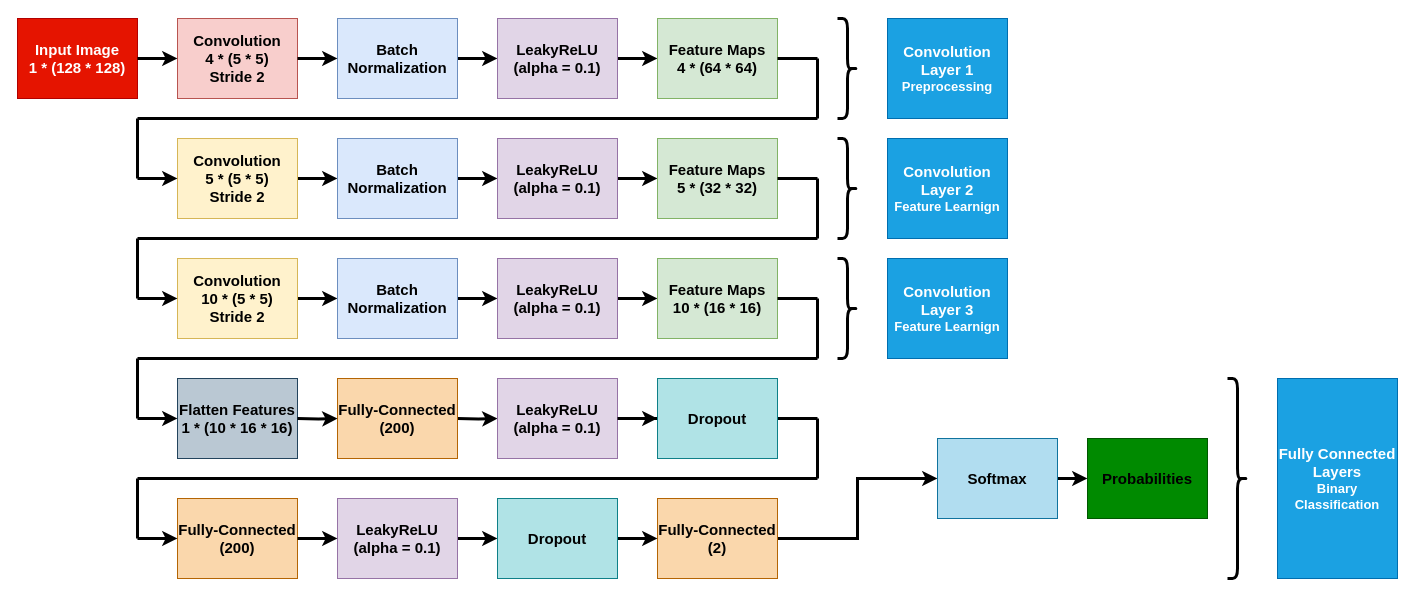
Before: page "V1.1.0" (2 of 5) of analysis/Catalyst Kernels/static/model.drawio in EmadHelmi/steganalysis, a draw.io diagram. Source tidied: cells renumbered, new cells numbered last; positions are measured from the earlier drawing's top-left corner, leaving out a move shared by most shapes. Both pictures are drawn from the tidied source at 100%, with x=0, y=0 at pixel (17, 18).
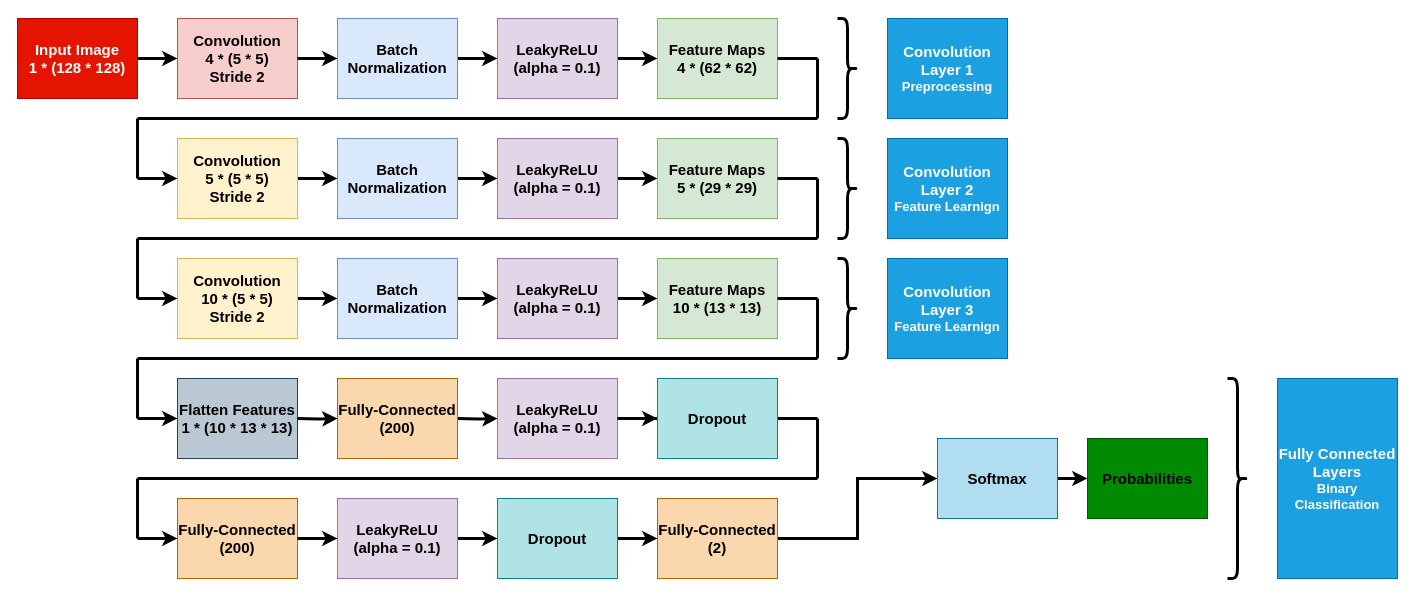
After the change.

The edit, as a diff of the source:
```diff
@@
-    <mxCell id="8" value="&lt;b style=&quot;font-size: 15px&quot;&gt;Feature Maps&lt;br&gt;4 * (64 * 64)&lt;/b&gt;" style="rounded=0;whiteSpace=wrap;html=1;fillColor=#d5e8d4;strokeColor=#82b366;" parent="1" vertex="1">
+    <mxCell id="8" value="&lt;b style=&quot;font-size: 15px&quot;&gt;Feature Maps&lt;br&gt;4 * (62 * 62)&lt;/b&gt;" style="rounded=0;whiteSpace=wrap;html=1;fillColor=#d5e8d4;strokeColor=#82b366;" parent="1" vertex="1">
       <mxGeometry x="640" width="120" height="80" as="geometry" />
     </mxCell>
@@
-    <mxCell id="15" value="&lt;b style=&quot;font-size: 15px&quot;&gt;Feature Maps&lt;br&gt;5 * (32 * 32)&lt;/b&gt;" style="rounded=0;whiteSpace=wrap;html=1;fillColor=#d5e8d4;strokeColor=#82b366;" parent="1" vertex="1">
+    <mxCell id="15" value="&lt;b style=&quot;font-size: 15px&quot;&gt;Feature Maps&lt;br&gt;5 * (29 * 29)&lt;/b&gt;" style="rounded=0;whiteSpace=wrap;html=1;fillColor=#d5e8d4;strokeColor=#82b366;" parent="1" vertex="1">
       <mxGeometry x="640" y="120" width="120" height="80" as="geometry" />
     </mxCell>
@@
-    <mxCell id="22" value="&lt;b style=&quot;font-size: 15px&quot;&gt;Feature Maps&lt;br&gt;10 * (16 * 16)&lt;/b&gt;" style="rounded=0;whiteSpace=wrap;html=1;fillColor=#d5e8d4;strokeColor=#82b366;" parent="1" vertex="1">
+    <mxCell id="22" value="&lt;b style=&quot;font-size: 15px&quot;&gt;Feature Maps&lt;br&gt;10 * (13 * 13)&lt;/b&gt;" style="rounded=0;whiteSpace=wrap;html=1;fillColor=#d5e8d4;strokeColor=#82b366;" parent="1" vertex="1">
       <mxGeometry x="640" y="240" width="120" height="80" as="geometry" />
     </mxCell>
-    <mxCell id="23" value="&lt;b style=&quot;font-size: 15px&quot;&gt;Flatten Features&lt;br&gt;1 * (10 * 16 * 16)&lt;/b&gt;" style="rounded=0;whiteSpace=wrap;html=1;fillColor=#bac8d3;strokeColor=#23445d;" parent="1" vertex="1">
+    <mxCell id="23" value="&lt;b style=&quot;font-size: 15px&quot;&gt;Flatten Features&lt;br&gt;1 * (10 * 13 * 13)&lt;/b&gt;" style="rounded=0;whiteSpace=wrap;html=1;fillColor=#bac8d3;strokeColor=#23445d;" parent="1" vertex="1">
       <mxGeometry x="160" y="360" width="120" height="80" as="geometry" />
     </mxCell>
```
